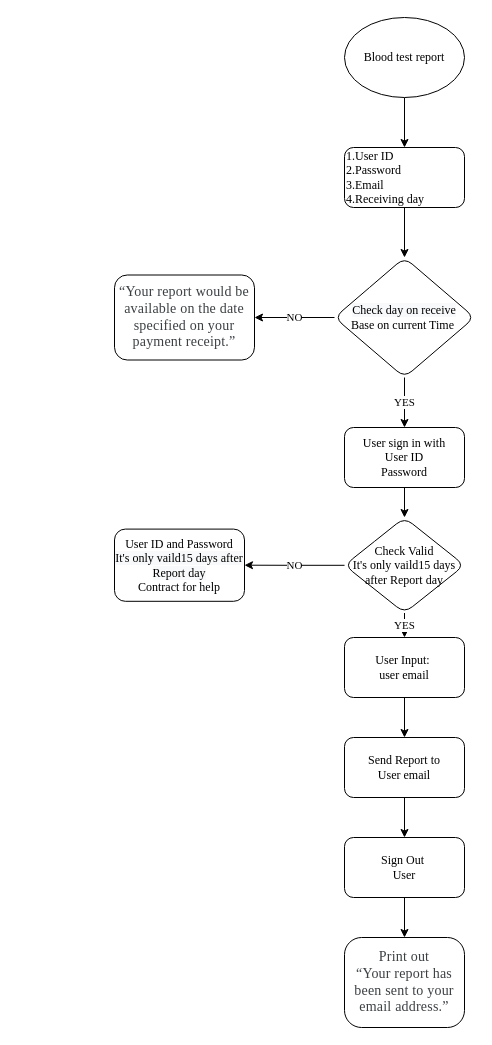
This is blood-test-reports.drawio from ricotrannguyen/Algorithm, a draw.io file, before an edit. Source tidied: cells renumbered, new cells numbered last; positions are measured from the earlier drawing's top-left corner, leaving out a move shared by most shapes. Both pictures are drawn from the tidied source at 100%, with x=0, y=0 at pixel (114, 17).
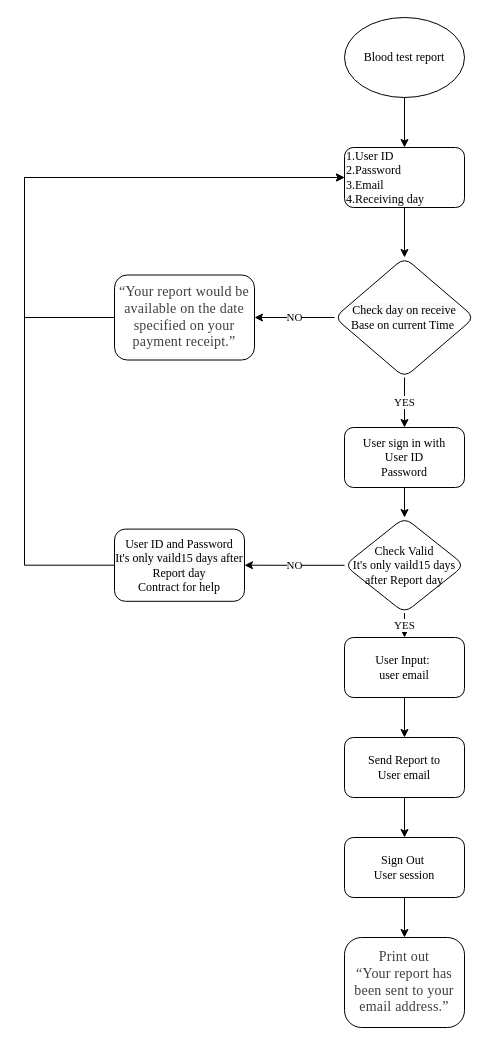
Above is the later version.

Unchanged cells that the change refers to:
```xml
<mxCell id="3" value="1.User ID&lt;br&gt;2.Password&lt;br&gt;3.Email&lt;br&gt;4.Receiving day" style="whiteSpace=wrap;html=1;rounded=1;fontFamily=Times New Roman;align=left;" parent="1" vertex="1">
  <mxGeometry x="230" y="130" width="120" height="60" as="geometry" />
</mxCell>
<mxCell id="16" value="&lt;span style=&quot;color: rgb(60, 64, 67); font-size: 14px; letter-spacing: 0.2px;&quot;&gt;“Your report would be available on the date specified on your payment receipt.”&lt;/span&gt;" style="whiteSpace=wrap;html=1;rounded=1;fontFamily=Times New Roman;" parent="1" vertex="1">
  <mxGeometry y="257.5" width="140" height="85" as="geometry" />
</mxCell>
<mxCell id="20" value="User ID and Password&lt;br&gt;&lt;span style=&quot;color: rgb(0, 0, 0); font-size: 12px; font-style: normal; font-weight: 400; letter-spacing: normal; text-align: center; text-indent: 0px; text-transform: none; word-spacing: 0px; background-color: rgb(248, 249, 250); display: inline; float: none;&quot;&gt;It's only vaild15 days after Report day&lt;br&gt;&lt;/span&gt;Contract for help" style="whiteSpace=wrap;html=1;rounded=1;fontFamily=Times New Roman;" parent="1" vertex="1">
  <mxGeometry y="511.6" width="130" height="72.2" as="geometry" />
</mxCell>
```

What changed in the source:
```diff
@@
-    <mxCell id="11" value="Sign Out&amp;nbsp;&lt;br&gt;User" style="whiteSpace=wrap;html=1;rounded=1;fontFamily=Times New Roman;" parent="1" vertex="1">
+    <mxCell id="11" value="Sign Out&amp;nbsp;&lt;br&gt;User session" style="whiteSpace=wrap;html=1;rounded=1;fontFamily=Times New Roman;" parent="1" vertex="1">
       <mxGeometry x="230" y="820" width="120" height="60" as="geometry" />
     </mxCell>
@@
+    <mxCell id="23" style="edgeStyle=orthogonalEdgeStyle;rounded=0;jettySize=auto;html=1;fontFamily=Times New Roman;" parent="1" edge="1" source="16">
+      <mxGeometry relative="1" as="geometry">
+        <mxPoint x="230" y="160" as="targetPoint" />
+        <Array as="points">
+          <mxPoint x="-90" y="300" />
+          <mxPoint x="-90" y="160" />
+        </Array>
+      </mxGeometry>
+    </mxCell>
@@
+    <mxCell id="24" style="edgeStyle=orthogonalEdgeStyle;rounded=0;jettySize=auto;html=1;entryX=0;entryY=0.5;entryDx=0;entryDy=0;fontFamily=Times New Roman;" parent="1" edge="1" source="20" target="3">
+      <mxGeometry relative="1" as="geometry">
+        <Array as="points">
+          <mxPoint x="-90" y="548" />
+          <mxPoint x="-90" y="160" />
+        </Array>
+      </mxGeometry>
+    </mxCell>
```
